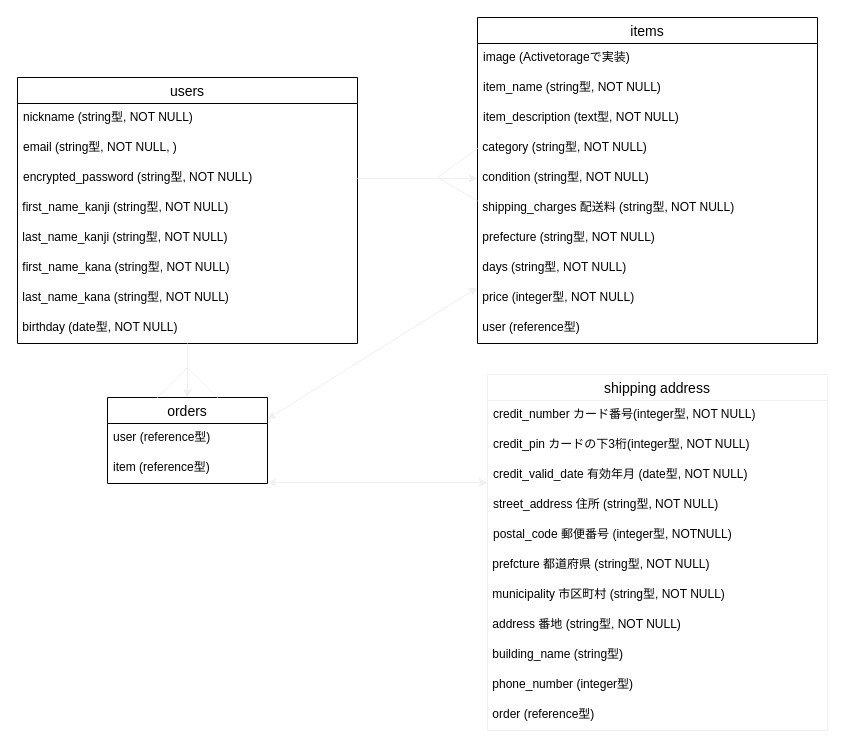
Above: furima.dio in katuya364/furima-35802 (draw.io), before the change. Source tidied: cells renumbered, new cells numbered last; positions are measured from the earlier drawing's top-left corner, leaving out a move shared by most shapes. Both pictures are drawn from the tidied source at 100%, with x=0, y=0 at pixel (17, 17).
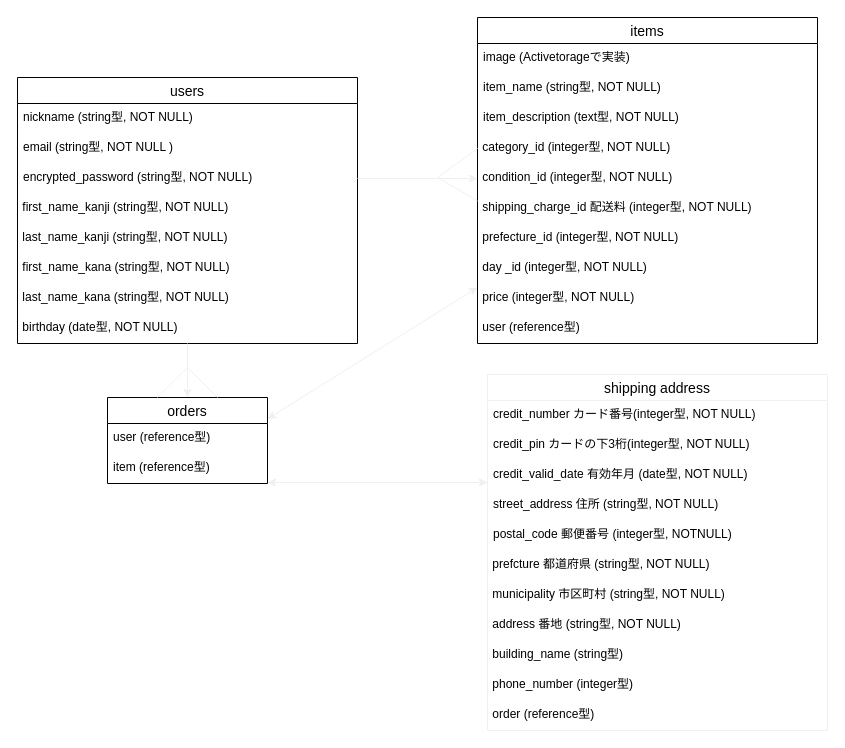
After the change.

Commit message (it also covers changes not shown here):
itemsテーブルの修正

The change refers to these unchanged cells:
```xml
<mxCell id="2" value="users" style="swimlane;fontStyle=0;horizontal=1;startSize=26;align=center;fontSize=14;" parent="1" vertex="1">
  <mxGeometry y="60" width="340" height="266" as="geometry" />
</mxCell>
<mxCell id="14" value="items" style="swimlane;fontStyle=0;horizontal=1;startSize=26;align=center;fontSize=14;" parent="1" vertex="1">
  <mxGeometry x="460" width="340" height="326" as="geometry" />
</mxCell>
```

Diff of the diagram source:
```diff
@@
-    <mxCell id="4" value="email (string型, NOT NULL, )" style="text;strokeColor=none;fillColor=none;spacingLeft=4;spacingRight=4;overflow=hidden;fontSize=12;" parent="2" vertex="1">
+    <mxCell id="4" value="email (string型, NOT NULL )" style="text;strokeColor=none;fillColor=none;spacingLeft=4;spacingRight=4;overflow=hidden;fontSize=12;" parent="2" vertex="1">
       <mxGeometry y="56" width="340" height="30" as="geometry" />
     </mxCell>
@@
-    <mxCell id="18" value=" category (string型, NOT NULL)&#10;" style="rounded=0;strokeColor=none;fillColor=none;labelPosition=center;verticalLabelPosition=middle;align=left;verticalAlign=top;" parent="14" vertex="1">
+    <mxCell id="18" value=" category_id (integer型, NOT NULL)&#10;" style="rounded=0;strokeColor=none;fillColor=none;labelPosition=center;verticalLabelPosition=middle;align=left;verticalAlign=top;" parent="14" vertex="1">
       <mxGeometry y="116" width="340" height="30" as="geometry" />
     </mxCell>
-    <mxCell id="19" value=" condition (string型, NOT NULL)&#10;" style="rounded=0;fillColor=none;align=left;verticalAlign=top;strokeColor=none;" parent="14" vertex="1">
+    <mxCell id="19" value=" condition_id (integer型, NOT NULL)&#10;" style="rounded=0;fillColor=none;align=left;verticalAlign=top;strokeColor=none;" parent="14" vertex="1">
       <mxGeometry y="146" width="340" height="30" as="geometry" />
     </mxCell>
-    <mxCell id="20" value="&amp;nbsp;shipping_charges 配送料 (string型, NOT NULL)&lt;div style=&quot;padding: 0px ; margin: 0px&quot;&gt;&lt;br style=&quot;padding: 0px ; margin: 0px&quot;&gt;&lt;/div&gt;" style="rounded=0;whiteSpace=wrap;html=1;fillColor=none;align=left;verticalAlign=top;strokeColor=none;" parent="14" vertex="1">
+    <mxCell id="20" value="&amp;nbsp;shipping_charge_id 配送料 (integer型, NOT NULL)&lt;div style=&quot;padding: 0px ; margin: 0px&quot;&gt;&lt;br style=&quot;padding: 0px ; margin: 0px&quot;&gt;&lt;/div&gt;" style="rounded=0;whiteSpace=wrap;html=1;fillColor=none;align=left;verticalAlign=top;strokeColor=none;" parent="14" vertex="1">
       <mxGeometry y="176" width="340" height="30" as="geometry" />
     </mxCell>
-    <mxCell id="21" value="&amp;nbsp;prefecture (string型, NOT NULL)&lt;div style=&quot;padding: 0px ; margin: 0px&quot;&gt;&lt;br style=&quot;padding: 0px ; margin: 0px&quot;&gt;&lt;/div&gt;" style="rounded=0;whiteSpace=wrap;html=1;fillColor=none;align=left;verticalAlign=top;strokeColor=none;" parent="14" vertex="1">
+    <mxCell id="21" value="&amp;nbsp;prefecture_id (integer型, NOT NULL)&lt;div style=&quot;padding: 0px ; margin: 0px&quot;&gt;&lt;br style=&quot;padding: 0px ; margin: 0px&quot;&gt;&lt;/div&gt;" style="rounded=0;whiteSpace=wrap;html=1;fillColor=none;align=left;verticalAlign=top;strokeColor=none;" parent="14" vertex="1">
       <mxGeometry y="206" width="340" height="30" as="geometry" />
     </mxCell>
-    <mxCell id="22" value="&amp;nbsp;days (string型, NOT NULL)&lt;div style=&quot;padding: 0px ; margin: 0px&quot;&gt;&lt;br style=&quot;padding: 0px ; margin: 0px&quot;&gt;&lt;/div&gt;" style="rounded=0;whiteSpace=wrap;html=1;fillColor=none;align=left;verticalAlign=top;strokeColor=none;" parent="14" vertex="1">
+    <mxCell id="22" value="&amp;nbsp;day _id (integer型, NOT NULL)&lt;div style=&quot;padding: 0px ; margin: 0px&quot;&gt;&lt;br style=&quot;padding: 0px ; margin: 0px&quot;&gt;&lt;/div&gt;" style="rounded=0;whiteSpace=wrap;html=1;fillColor=none;align=left;verticalAlign=top;strokeColor=none;" parent="14" vertex="1">
       <mxGeometry y="236" width="340" height="30" as="geometry" />
     </mxCell>
```
